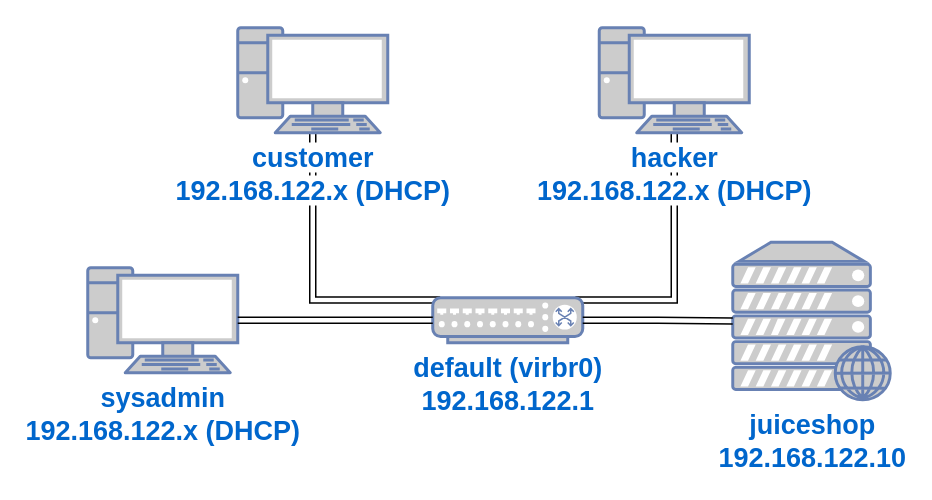
The draw.io diagram content/labs/diagrams/lab-03-ssh-brute-force.drawio in bsebhat/bsebhat.github.io, before the edit. Source tidied: cells renumbered, new cells numbered last; positions are measured from the earlier drawing's top-left corner, leaving out a move shared by most shapes. Both pictures are drawn from the tidied source at 150%, with x=0, y=0 at pixel (87, 27).
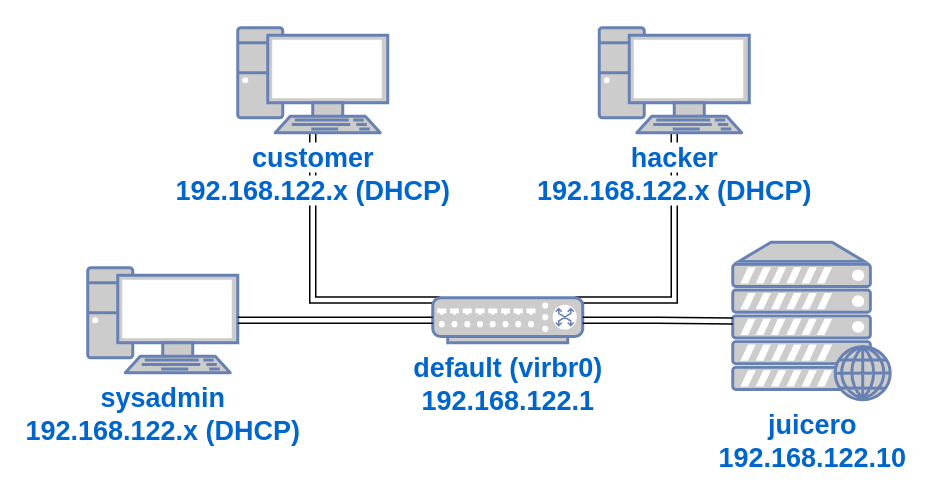
After the change.

The edit, as a diff of the source:
```diff
@@
 <mxGraphModel>
   <root>
     <mxCell id="0" />
     <mxCell id="1" parent="0" />
     <mxCell id="2" style="edgeStyle=orthogonalEdgeStyle;shape=link;rounded=0;jettySize=auto;html=1;exitX=0.05;exitY=0.05;exitDx=0;exitDy=0;exitPerimeter=0;" parent="1" edge="1" source="4" target="9">
       <mxGeometry relative="1" as="geometry" />
     </mxCell>
     <mxCell id="3" style="edgeStyle=orthogonalEdgeStyle;shape=link;rounded=0;jettySize=auto;html=1;exitX=0.95;exitY=0.05;exitDx=0;exitDy=0;exitPerimeter=0;" parent="1" edge="1" source="4" target="10">
       <mxGeometry relative="1" as="geometry" />
     </mxCell>
     <mxCell id="4" value="&lt;b style=&quot;border-color: var(--border-color);&quot;&gt;&lt;font style=&quot;border-color: var(--border-color); font-size: 18px;&quot;&gt;default (virbr0)&lt;br style=&quot;border-color: var(--border-color);&quot;&gt;192.168.122.1&lt;/font&gt;&lt;/b&gt;" style="fontColor=#0066CC;verticalAlign=top;verticalLabelPosition=bottom;labelPosition=center;align=center;html=1;outlineConnect=0;fillColor=#CCCCCC;strokeColor=#6881B3;gradientColor=none;gradientDirection=north;strokeWidth=2;shape=mxgraph.networks.switch;" parent="1" vertex="1">
       <mxGeometry x="230" y="180" width="100" height="30" as="geometry" />
     </mxCell>
-    <mxCell id="5" value="&lt;b style=&quot;border-color: var(--border-color);&quot;&gt;&lt;font style=&quot;border-color: var(--border-color); font-size: 18px;&quot;&gt;juiceshop&lt;br style=&quot;border-color: var(--border-color);&quot;&gt;192.168.122.10&lt;/font&gt;&lt;/b&gt;" style="fontColor=#0066CC;verticalAlign=top;verticalLabelPosition=bottom;labelPosition=center;align=center;html=1;outlineConnect=0;fillColor=#CCCCCC;strokeColor=#6881B3;gradientColor=none;gradientDirection=north;strokeWidth=2;shape=mxgraph.networks.web_server;" parent="1" vertex="1">
+    <mxCell id="5" value="&lt;b style=&quot;border-color: var(--border-color);&quot;&gt;&lt;font style=&quot;border-color: var(--border-color); font-size: 18px;&quot;&gt;juicero&lt;br style=&quot;border-color: var(--border-color);&quot;&gt;192.168.122.10&lt;/font&gt;&lt;/b&gt;" style="fontColor=#0066CC;verticalAlign=top;verticalLabelPosition=bottom;labelPosition=center;align=center;html=1;outlineConnect=0;fillColor=#CCCCCC;strokeColor=#6881B3;gradientColor=none;gradientDirection=north;strokeWidth=2;shape=mxgraph.networks.web_server;" parent="1" vertex="1">
       <mxGeometry x="430" y="143" width="105" height="105" as="geometry" />
     </mxCell>
     <mxCell id="6" style="edgeStyle=orthogonalEdgeStyle;shape=link;rounded=0;jettySize=auto;html=1;exitX=1;exitY=0.5;exitDx=0;exitDy=0;exitPerimeter=0;" parent="1" edge="1" source="4" target="5">
       <mxGeometry relative="1" as="geometry" />
     </mxCell>
     <mxCell id="7" value="&lt;b&gt;&lt;font style=&quot;font-size: 18px;&quot;&gt;sysadmin&lt;br&gt;192.168.122.x (DHCP)&lt;/font&gt;&lt;/b&gt;" style="fontColor=#0066CC;verticalAlign=top;verticalLabelPosition=bottom;labelPosition=center;align=center;html=1;outlineConnect=0;fillColor=#CCCCCC;strokeColor=#6881B3;gradientColor=none;gradientDirection=north;strokeWidth=2;shape=mxgraph.networks.pc;" parent="1" vertex="1">
       <mxGeometry y="160" width="100" height="70" as="geometry" />
     </mxCell>
     <mxCell id="8" style="edgeStyle=orthogonalEdgeStyle;shape=link;rounded=0;jettySize=auto;html=1;exitX=0;exitY=0.5;exitDx=0;exitDy=0;exitPerimeter=0;" parent="1" edge="1" source="4" target="7">
       <mxGeometry relative="1" as="geometry" />
     </mxCell>
     <mxCell id="9" value="&lt;b&gt;&lt;font style=&quot;font-size: 18px; background-color: rgb(255, 255, 255);&quot;&gt;customer&lt;br&gt;192.168.122.x (DHCP)&lt;/font&gt;&lt;/b&gt;" style="fontColor=#0066CC;verticalAlign=top;verticalLabelPosition=bottom;labelPosition=center;align=center;html=1;outlineConnect=0;fillColor=#CCCCCC;strokeColor=#6881B3;gradientColor=none;gradientDirection=north;strokeWidth=2;shape=mxgraph.networks.pc;" parent="1" vertex="1">
       <mxGeometry x="100" width="100" height="70" as="geometry" />
     </mxCell>
     <mxCell id="10" value="&lt;b&gt;&lt;font style=&quot;font-size: 18px; background-color: rgb(255, 255, 255);&quot;&gt;hacker&lt;br&gt;192.168.122.x (DHCP)&lt;/font&gt;&lt;/b&gt;" style="fontColor=#0066CC;verticalAlign=top;verticalLabelPosition=bottom;labelPosition=center;align=center;html=1;outlineConnect=0;fillColor=#CCCCCC;strokeColor=#6881B3;gradientColor=none;gradientDirection=north;strokeWidth=2;shape=mxgraph.networks.pc;" parent="1" vertex="1">
       <mxGeometry x="341" width="100" height="70" as="geometry" />
     </mxCell>
   </root>
 </mxGraphModel>
```
